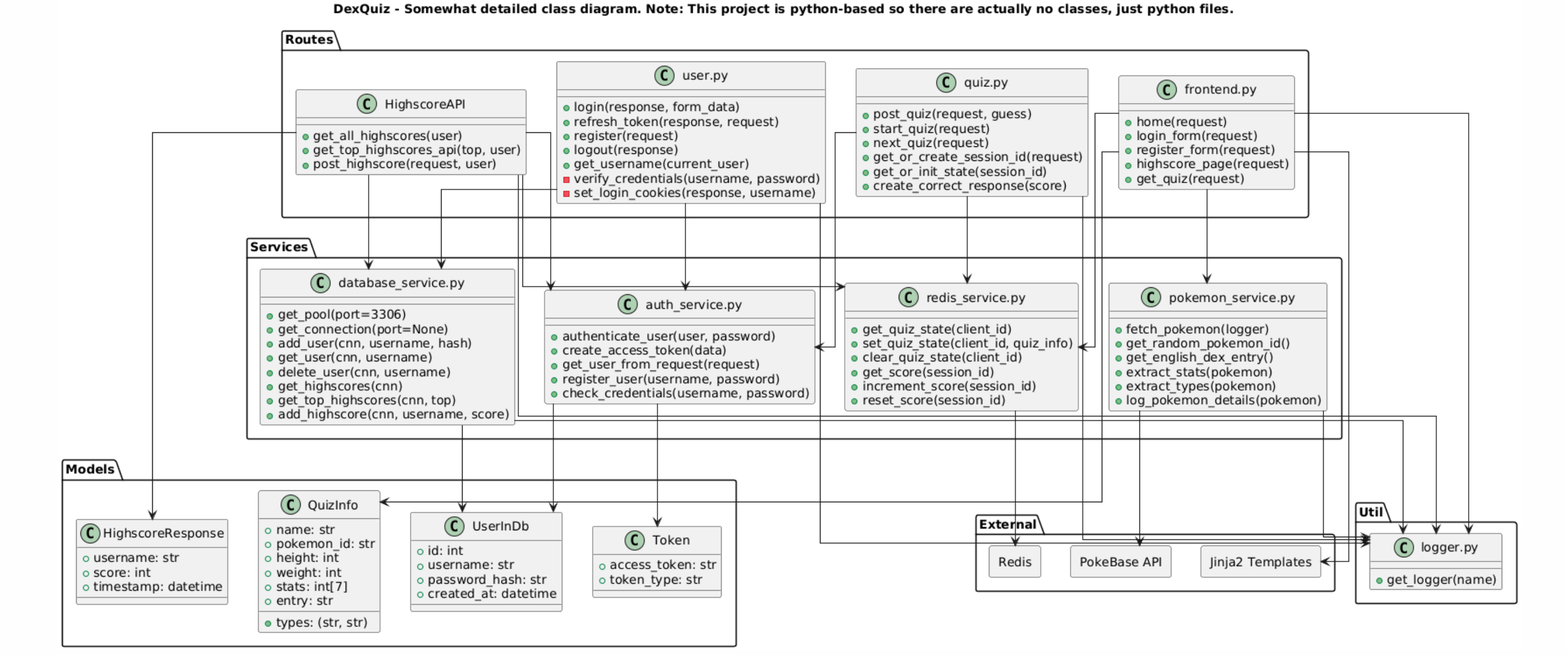
Earlier version of the PlantUML export docs/source/arc42/images/detailed_class_diagram.png (Digestey/lw-sqs-ss25). Its source is kept beside it as docs/source/arc42/images/detailed_class_diagram.puml.
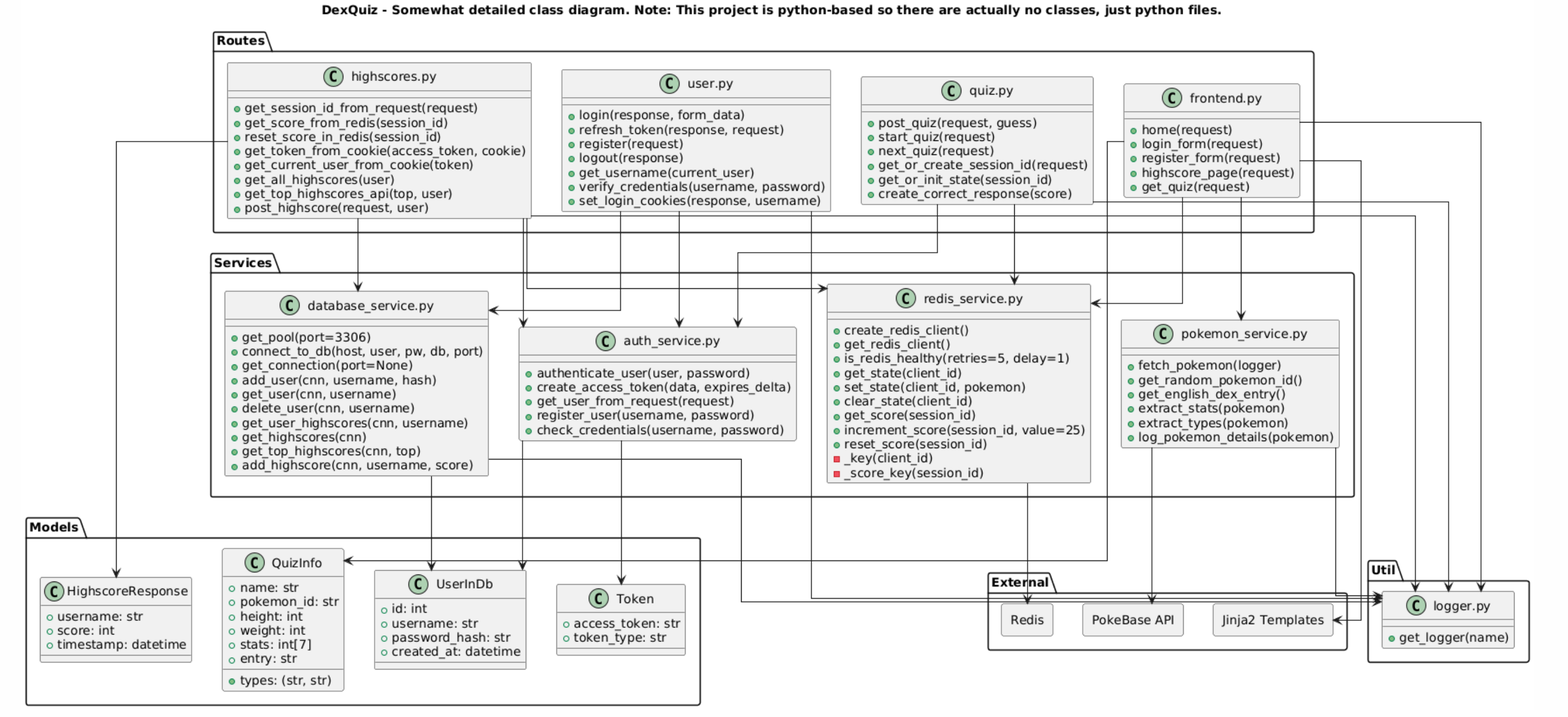
After the change.

Commit message:
Updated class diagram

What changed in the source:
```diff
@@ -44,7 +44,12 @@
     }
 
 
-class HighscoreAPI {
+class "highscores.py" as HighscoreAPI {
+    +get_session_id_from_request(request)
+    +get_score_from_redis(session_id)
+    +reset_score_in_redis(session_id)
+    +get_token_from_cookie(access_token, cookie)
+    +get_current_user_from_cookie(token)
     +get_all_highscores(user)
     +get_top_highscores_api(top, user)
     +post_highscore(request, user)
@@ -64,15 +69,15 @@
     +register(request)
     +logout(response)
     +get_username(current_user)
-    -verify_credentials(username, password)
-    -set_login_cookies(response, username)
+    +verify_credentials(username, password)
+    +set_login_cookies(response, username)
 }
 }
 
 package "Services" {
     class "auth_service.py" as AuthService {
         +authenticate_user(user, password)
-        +create_access_token(data)
+        +create_access_token(data, expires_delta)
         +get_user_from_request(request)
         +register_user(username, password)
         +check_credentials(username, password)
@@ -80,10 +85,12 @@
 
     class "database_service.py" as DatabaseService {
         +get_pool(port=3306)
+        +connect_to_db(host, user, pw, db, port)
         +get_connection(port=None)
         +add_user(cnn, username, hash)
         +get_user(cnn, username)
         +delete_user(cnn, username)
+        +get_user_highscores(cnn, username)
         +get_highscores(cnn)
         +get_top_highscores(cnn, top)
         +add_highscore(cnn, username, score)
@@ -99,12 +106,17 @@
     }
 
     class "redis_service.py" as RedisService {
-        +get_quiz_state(client_id)
-        +set_quiz_state(client_id, quiz_info)
-        +clear_quiz_state(client_id)
+        +create_redis_client()
+        +get_redis_client()
+        +is_redis_healthy(retries=5, delay=1)
+        +get_state(client_id)
+        +set_state(client_id, pokemon)
+        +clear_state(client_id)
         +get_score(session_id)
-        +increment_score(session_id)
+        +increment_score(session_id, value=25)
         +reset_score(session_id)
+        -_key(client_id)
+        -_score_key(session_id)
     }
 }
 
```
